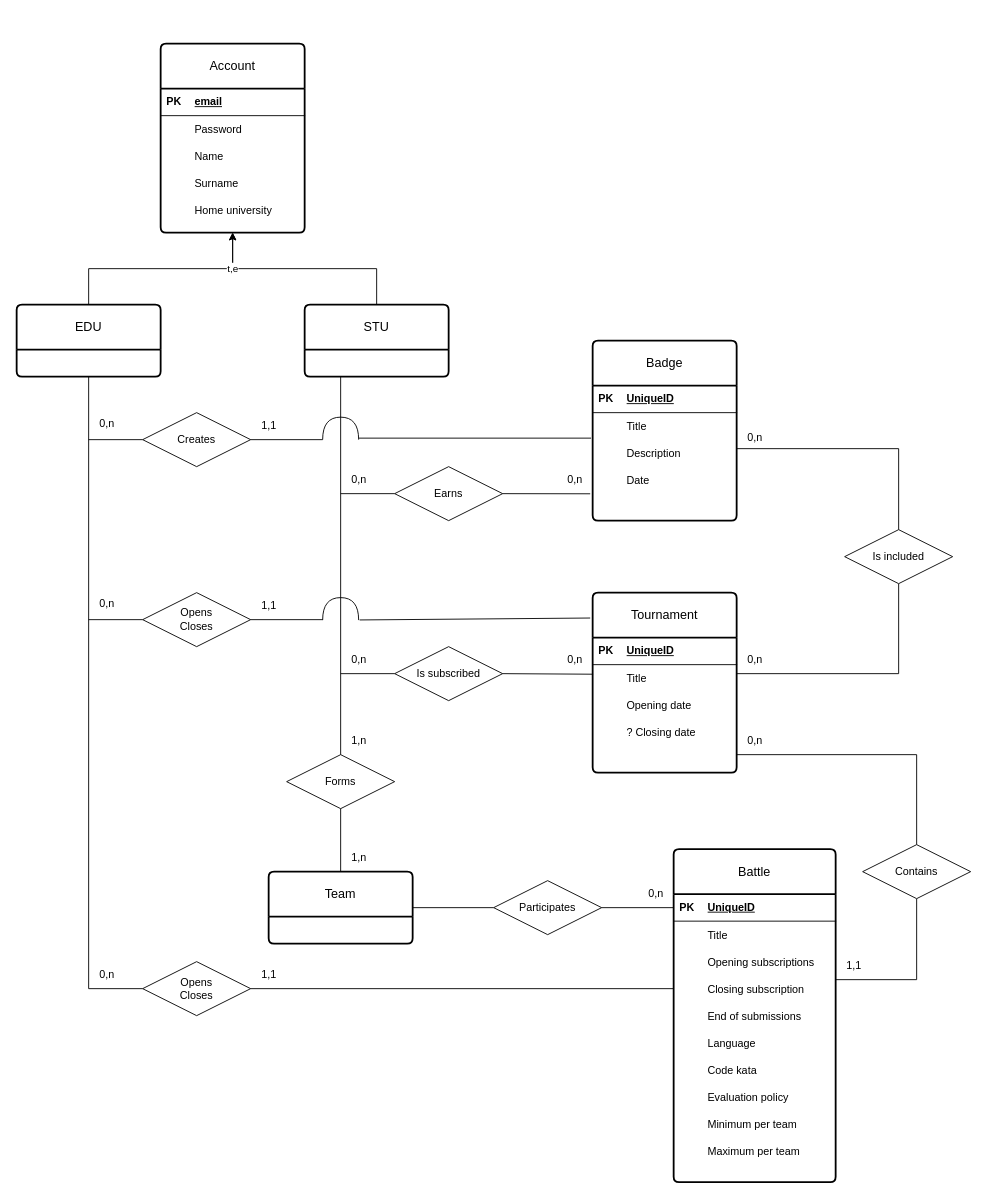
pontig/sw-eng-2-PasiniPontiggiaStasi keeps this draw.io diagram as page "E-R" (3 of 9) of DD/images/diagrams/chapter2.drawio. Above is the earlier version. Source tidied: cells renumbered, new cells numbered last; positions are measured from the earlier drawing's top-left corner, leaving out a move shared by most shapes. Both pictures are drawn from the tidied source at 90%, with x=0, y=0 at pixel (16, 43).
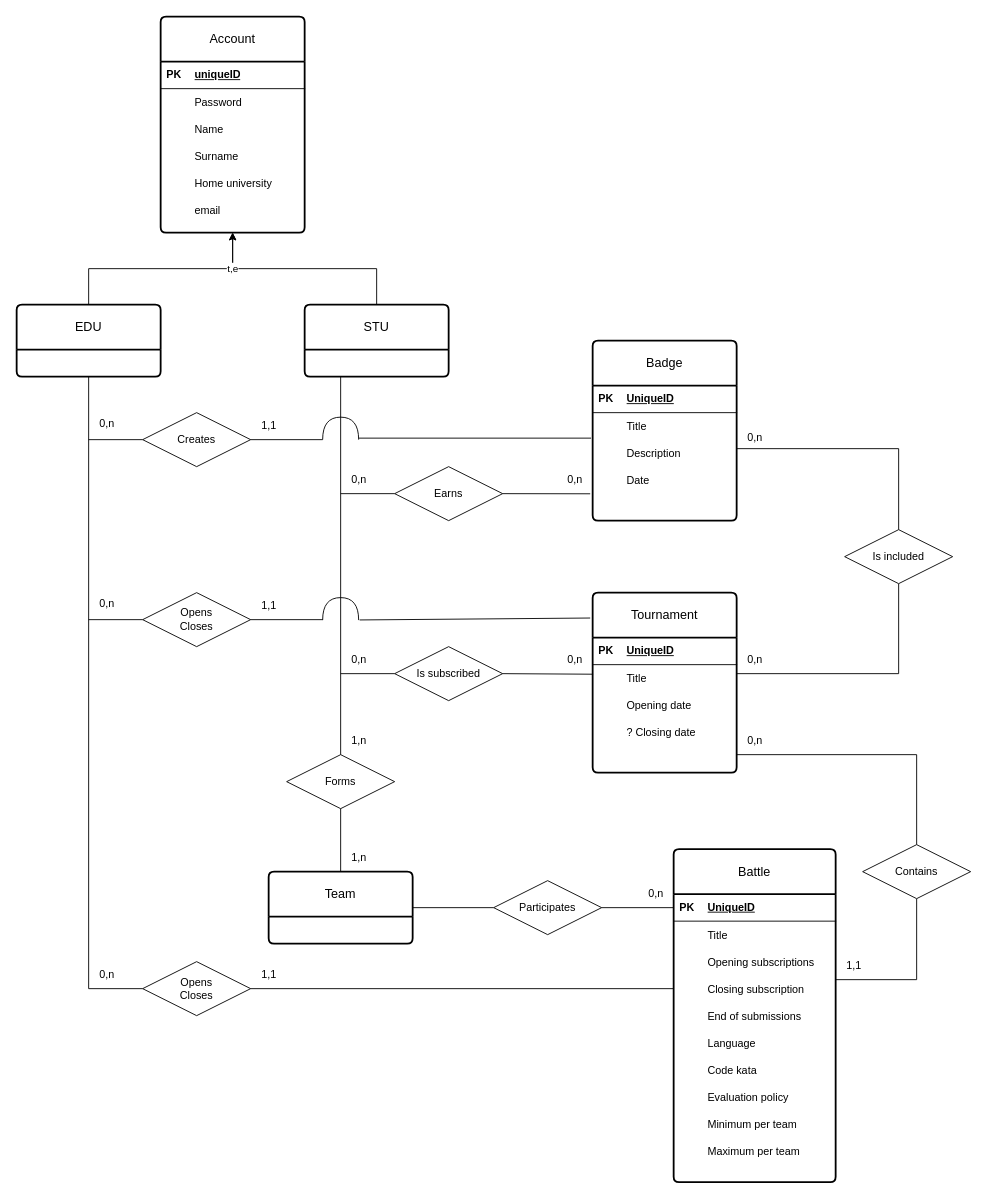
The same page after the edit.

Unchanged cells that the change refers to:
```xml
<mxCell id="4" style="shape=tableRow;horizontal=0;startSize=0;swimlaneHead=0;swimlaneBody=0;fillColor=none;top=0;left=0;right=0;bottom=1;" parent="3" vertex="1">
  <mxGeometry width="160" height="30" as="geometry" />
</mxCell>
```

What changed in the source:
```diff
@@
     <mxCell id="2" value="Account" style="swimlane;horizontal=1;startSize=50;rounded=1;fontSize=14;fontStyle=0;strokeWidth=2;shadow=0;dashed=0;align=center;arcSize=4;whiteSpace=wrap;html=1;" parent="1" vertex="1">
-      <mxGeometry x="160" width="160" height="210" as="geometry" />
+      <mxGeometry x="160" y="-30" width="160" height="240" as="geometry" />
     </mxCell>
     <mxCell id="3" style="shape=table;startSize=0;childLayout=tableLayout;rowLines=0;fontStyle=0;align=center;strokeColor=none;fillColor=none;" parent="2" vertex="1">
-      <mxGeometry y="50" width="160" height="160" as="geometry" />
+      <mxGeometry y="50" width="160" height="190" as="geometry" />
     </mxCell>
@@
-    <mxCell id="6" value="email" style="shape=partialRectangle;fillColor=none;top=0;left=0;bottom=0;right=0;align=left;spacingLeft=6;fontStyle=5;overflow=hidden;whiteSpace=wrap;html=1;" parent="4" vertex="1">
+    <mxCell id="6" value="uniqueID" style="shape=partialRectangle;fillColor=none;top=0;left=0;bottom=0;right=0;align=left;spacingLeft=6;fontStyle=5;overflow=hidden;whiteSpace=wrap;html=1;" parent="4" vertex="1">
       <mxGeometry x="30" width="130" height="30" as="geometry" />
     </mxCell>
@@
+    <mxCell id="133" style="shape=tableRow;horizontal=0;startSize=0;swimlaneHead=0;swimlaneBody=0;fillColor=none;top=0;left=0;right=0;bottom=0;" parent="3" vertex="1">
+      <mxGeometry y="150" width="160" height="30" as="geometry" />
+    </mxCell>
+    <mxCell id="134" style="shape=partialRectangle;fillColor=none;top=0;left=0;bottom=0;right=0;overflow=hidden;" parent="133" vertex="1">
+      <mxGeometry width="30" height="30" as="geometry" />
+    </mxCell>
+    <mxCell id="135" value="email" style="shape=partialRectangle;fillColor=none;top=0;left=0;bottom=0;right=0;align=left;spacingLeft=6;overflow=hidden;" parent="133" vertex="1">
+      <mxGeometry x="30" width="130" height="30" as="geometry" />
+    </mxCell>
```
